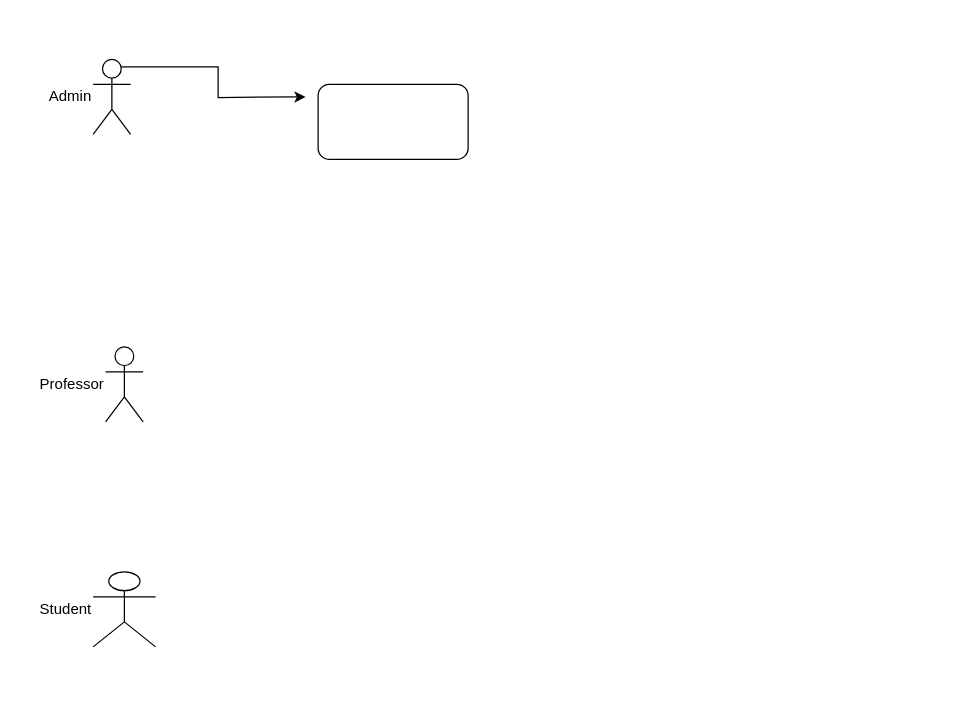
Earlier version of the draw.io diagram Untitled Diagram.drawio (egzoni94/project-4). Source tidied: cells renumbered, new cells numbered last; positions are measured from the earlier drawing's top-left corner, leaving out a move shared by most shapes. Both pictures are drawn from the tidied source at 125%, with x=0, y=0 at pixel (92, 59).
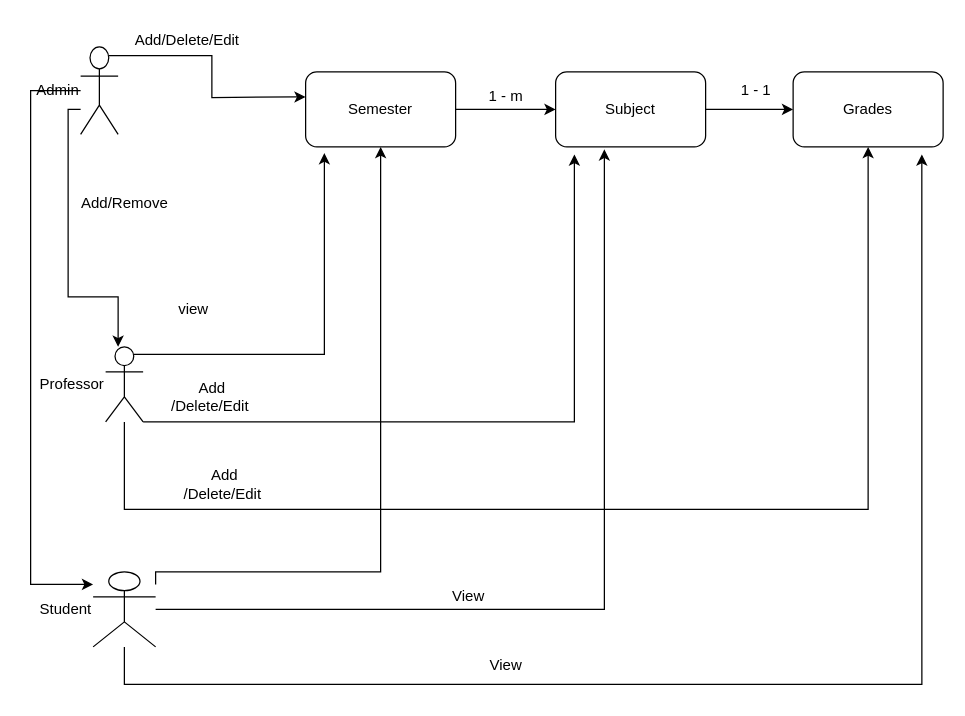
The same page after the edit.

The change refers to these unchanged cells:
```xml
<mxCell id="4" value="Professor" style="shape=umlActor;verticalLabelPosition=middle;verticalAlign=middle;html=1;outlineConnect=0;labelPosition=left;align=right;" parent="1" vertex="1">
  <mxGeometry x="10" y="230" width="30" height="60" as="geometry" />
</mxCell>
<mxCell id="5" value="Student" style="shape=umlActor;verticalLabelPosition=middle;verticalAlign=middle;html=1;outlineConnect=0;labelPosition=left;align=right;" parent="1" vertex="1">
  <mxGeometry y="410" width="50" height="60" as="geometry" />
</mxCell>
```

Diff of the diagram source:
```diff
@@
+    <mxCell id="7" style="edgeStyle=orthogonalEdgeStyle;rounded=0;jettySize=auto;html=1;" parent="1" edge="1" source="3" target="4">
+      <mxGeometry relative="1" as="geometry">
+        <Array as="points">
+          <mxPoint x="-20" y="40" />
+          <mxPoint x="-20" y="190" />
+          <mxPoint x="20" y="190" />
+        </Array>
+      </mxGeometry>
+    </mxCell>
+    <mxCell id="8" style="edgeStyle=orthogonalEdgeStyle;rounded=0;jettySize=auto;html=1;" parent="1" edge="1" source="3" target="5">
+      <mxGeometry relative="1" as="geometry">
+        <Array as="points">
+          <mxPoint x="-50" y="25" />
+          <mxPoint x="-50" y="420" />
+        </Array>
+      </mxGeometry>
+    </mxCell>
     <mxCell id="3" value="Admin" style="shape=umlActor;verticalLabelPosition=middle;verticalAlign=middle;html=1;outlineConnect=0;labelPosition=left;align=right;" parent="1" vertex="1">
-      <mxGeometry width="30" height="60" as="geometry" />
+      <mxGeometry x="-10" y="-10" width="30" height="70" as="geometry" />
     </mxCell>
+    <mxCell id="9" style="edgeStyle=orthogonalEdgeStyle;rounded=0;jettySize=auto;html=1;exitX=0.25;exitY=0.1;exitDx=0;exitDy=0;exitPerimeter=0;entryX=0.125;entryY=1.083;entryDx=0;entryDy=0;entryPerimeter=0;" parent="1" edge="1" source="4" target="6">
+      <mxGeometry relative="1" as="geometry" />
+    </mxCell>
+    <mxCell id="10" style="edgeStyle=orthogonalEdgeStyle;rounded=0;jettySize=auto;html=1;entryX=0.125;entryY=1.1;entryDx=0;entryDy=0;entryPerimeter=0;" parent="1" edge="1" source="4" target="20">
+      <mxGeometry relative="1" as="geometry">
+        <Array as="points">
+          <mxPoint x="385" y="290" />
+        </Array>
+      </mxGeometry>
+    </mxCell>
+    <mxCell id="11" style="edgeStyle=orthogonalEdgeStyle;rounded=0;jettySize=auto;html=1;" parent="1" edge="1" source="4" target="23">
+      <mxGeometry relative="1" as="geometry">
+        <Array as="points">
+          <mxPoint x="25" y="360" />
+          <mxPoint x="620" y="360" />
+        </Array>
+      </mxGeometry>
+    </mxCell>
@@
+    <mxCell id="12" style="edgeStyle=orthogonalEdgeStyle;rounded=0;jettySize=auto;html=1;entryX=0.5;entryY=1;entryDx=0;entryDy=0;" parent="1" edge="1" target="6">
+      <mxGeometry relative="1" as="geometry">
+        <mxPoint x="50" y="420" as="sourcePoint" />
+        <Array as="points">
+          <mxPoint x="50" y="410" />
+          <mxPoint x="230" y="410" />
+        </Array>
+      </mxGeometry>
+    </mxCell>
+    <mxCell id="13" style="edgeStyle=orthogonalEdgeStyle;rounded=0;jettySize=auto;html=1;entryX=0.325;entryY=1.033;entryDx=0;entryDy=0;entryPerimeter=0;" parent="1" edge="1" source="5" target="20">
+      <mxGeometry relative="1" as="geometry" />
+    </mxCell>
+    <mxCell id="14" style="edgeStyle=orthogonalEdgeStyle;rounded=0;jettySize=auto;html=1;entryX=0.858;entryY=1.1;entryDx=0;entryDy=0;entryPerimeter=0;" parent="1" edge="1" source="5" target="23">
+      <mxGeometry relative="1" as="geometry">
+        <Array as="points">
+          <mxPoint x="25" y="500" />
+          <mxPoint x="663" y="500" />
+        </Array>
+      </mxGeometry>
+    </mxCell>
@@
+    <mxCell id="15" style="edgeStyle=orthogonalEdgeStyle;rounded=0;jettySize=auto;html=1;" parent="1" edge="1" source="6" target="20">
+      <mxGeometry relative="1" as="geometry" />
+    </mxCell>
-    <mxCell id="6" style="rounded=1;whiteSpace=wrap;html=1;" parent="1" vertex="1">
-      <mxGeometry x="180" y="20" width="120" height="60" as="geometry" />
+    <mxCell id="6" value="Semester" style="rounded=1;whiteSpace=wrap;html=1;" parent="1" vertex="1">
+      <mxGeometry x="170" y="10" width="120" height="60" as="geometry" />
     </mxCell>
+    <mxCell id="16" value="view" style="text;html=1;align=center;verticalAlign=middle;strokeColor=none;fillColor=none;" parent="1" vertex="1">
+      <mxGeometry x="55" y="185" width="50" height="30" as="geometry" />
+    </mxCell>
+    <mxCell id="17" value="Add/Delete/Edit" style="text;html=1;align=center;verticalAlign=middle;strokeColor=none;fillColor=none;" parent="1" vertex="1">
+      <mxGeometry x="20" y="-30" width="110" height="30" as="geometry" />
+    </mxCell>
+    <mxCell id="18" value="Add/Remove" style="text;html=1;align=center;verticalAlign=middle;strokeColor=none;fillColor=none;" parent="1" vertex="1">
+      <mxGeometry x="-20" y="100" width="90" height="30" as="geometry" />
+    </mxCell>
+    <mxCell id="19" style="edgeStyle=orthogonalEdgeStyle;rounded=0;jettySize=auto;html=1;" parent="1" edge="1" source="20" target="23">
+      <mxGeometry relative="1" as="geometry" />
+    </mxCell>
+    <mxCell id="20" value="Subject" style="whiteSpace=wrap;html=1;rounded=1;" parent="1" vertex="1">
+      <mxGeometry x="370" y="10" width="120" height="60" as="geometry" />
+    </mxCell>
+    <mxCell id="21" value="View" style="text;html=1;align=center;verticalAlign=middle;strokeColor=none;fillColor=none;" parent="1" vertex="1">
+      <mxGeometry x="275" y="415" width="50" height="30" as="geometry" />
+    </mxCell>
+    <mxCell id="22" value="Add&lt;br&gt;/Delete/Edit&amp;nbsp;" style="text;html=1;align=center;verticalAlign=middle;strokeColor=none;fillColor=none;" parent="1" vertex="1">
+      <mxGeometry x="50" y="250" width="90" height="40" as="geometry" />
+    </mxCell>
+    <mxCell id="23" value="Grades" style="rounded=1;whiteSpace=wrap;html=1;" parent="1" vertex="1">
+      <mxGeometry x="560" y="10" width="120" height="60" as="geometry" />
+    </mxCell>
+    <mxCell id="24" value="View" style="text;html=1;align=center;verticalAlign=middle;strokeColor=none;fillColor=none;" parent="1" vertex="1">
+      <mxGeometry x="305" y="470" width="50" height="30" as="geometry" />
+    </mxCell>
+    <mxCell id="25" value="Add&lt;br&gt;/Delete/Edit&amp;nbsp;" style="text;html=1;align=center;verticalAlign=middle;strokeColor=none;fillColor=none;" parent="1" vertex="1">
+      <mxGeometry x="60" y="320" width="90" height="40" as="geometry" />
+    </mxCell>
+    <mxCell id="26" value="1 - m" style="text;html=1;align=center;verticalAlign=middle;strokeColor=none;fillColor=none;" parent="1" vertex="1">
+      <mxGeometry x="305" y="15" width="50" height="30" as="geometry" />
+    </mxCell>
+    <mxCell id="27" value="1 - 1" style="text;html=1;align=center;verticalAlign=middle;strokeColor=none;fillColor=none;" parent="1" vertex="1">
+      <mxGeometry x="505" y="10" width="50" height="30" as="geometry" />
+    </mxCell>
```
